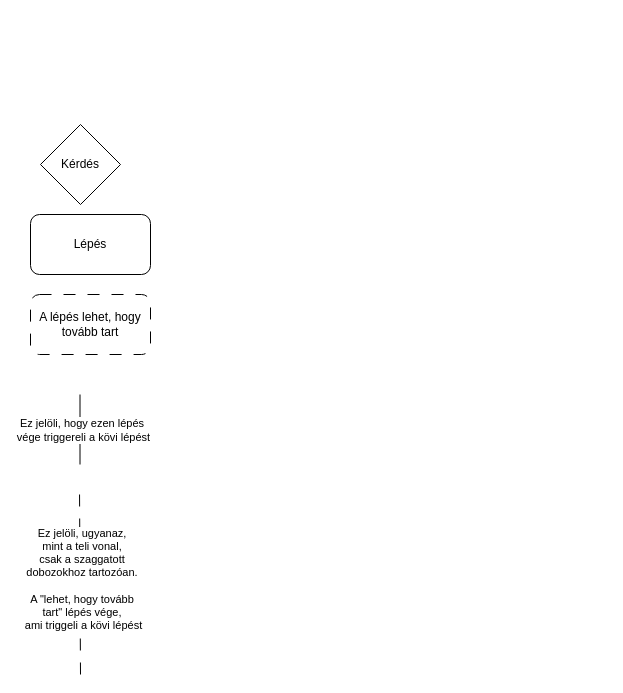
The draw.io diagram IV_Flow_diagram_UC2_SPECT_CT berenezésnél rutin ClariBasedAC.drawio in szvatai1985/drawio_files, before the edit. Source tidied: cells renumbered, new cells numbered last; positions are measured from the earlier drawing's top-left corner, leaving out a move shared by most shapes. Both pictures are drawn from the tidied source at 100%, with x=0, y=0 at pixel (30, 124).
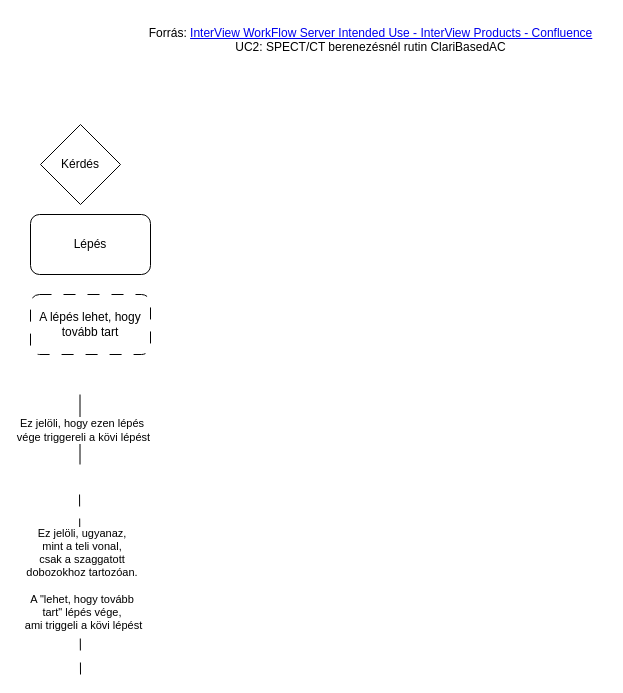
Above is the later version.

What changed in the source:
```diff
@@
 <mxGraphModel>
   <root>
     <mxCell id="0" />
     <mxCell id="1" parent="0" />
     <mxCell id="2" value="Kérdés" style="rhombus;whiteSpace=wrap;html=1;" parent="1" vertex="1">
       <mxGeometry x="10" width="80" height="80" as="geometry" />
     </mxCell>
     <mxCell id="3" value="Lépés" style="rounded=1;whiteSpace=wrap;html=1;" parent="1" vertex="1">
       <mxGeometry y="90" width="120" height="60" as="geometry" />
     </mxCell>
     <mxCell id="4" value="A lépés lehet, hogy tovább tart" style="rounded=1;whiteSpace=wrap;html=1;dashed=1;dashPattern=12 12;" parent="1" vertex="1">
       <mxGeometry y="170" width="120" height="60" as="geometry" />
     </mxCell>
     <mxCell id="5" style="endArrow=none;html=1;rounded=0;" parent="1" edge="1">
       <mxGeometry relative="1" as="geometry">
         <mxPoint x="49.5" y="340" as="sourcePoint" />
         <mxPoint x="49.5" y="270" as="targetPoint" />
       </mxGeometry>
     </mxCell>
     <mxCell id="6" value="Ez jelöli, hogy ezen lépés&amp;nbsp;&lt;div&gt;vége triggereli a kövi lépést&lt;/div&gt;" style="edgeLabel;html=1;align=center;verticalAlign=middle;" parent="5" vertex="1">
       <mxGeometry y="-3" relative="1" as="geometry" />
     </mxCell>
     <mxCell id="7" style="endArrow=none;html=1;rounded=0;dashed=1;dashPattern=12 12;" parent="1" edge="1">
       <mxGeometry relative="1" as="geometry">
         <mxPoint x="50" y="550" as="sourcePoint" />
         <mxPoint x="49" y="360" as="targetPoint" />
       </mxGeometry>
     </mxCell>
     <mxCell id="8" value="Ez jelöli, ugyanaz,&amp;nbsp;&lt;div&gt;mint a teli vonal,&amp;nbsp;&lt;div&gt;csak a szaggatott&amp;nbsp;&lt;/div&gt;&lt;div&gt;dobozokhoz tartozóan.&amp;nbsp;&lt;/div&gt;&lt;div&gt;&lt;br&gt;&lt;/div&gt;&lt;div&gt;A &quot;lehet, hogy tovább&amp;nbsp;&lt;/div&gt;&lt;div&gt;tart&quot; lépés vége,&amp;nbsp;&lt;/div&gt;&lt;div&gt;ami triggeli a kövi lépést&lt;/div&gt;&lt;/div&gt;" style="edgeLabel;html=1;align=center;verticalAlign=middle;" parent="7" vertex="1">
       <mxGeometry y="-3" relative="1" as="geometry" />
     </mxCell>
+    <mxCell id="9" value="Forrás:&amp;nbsp;&lt;a href=&quot;https://confluence.mediso.com/pages/viewpage.action?pageId=334987753&quot;&gt;InterView WorkFlow Server Intended Use - InterView Products - Confluence&lt;/a&gt;&lt;div&gt;&lt;div&gt;UC2: SPECT/CT berenezésnél rutin ClariBasedAC&lt;/div&gt;&lt;div&gt;&lt;br&gt;&lt;/div&gt;&lt;/div&gt;" style="text;html=1;align=center;verticalAlign=middle;strokeColor=none;fillColor=none;" parent="1" vertex="1">
+      <mxGeometry x="105" y="-107" width="470" height="60" as="geometry" />
+    </mxCell>
   </root>
 </mxGraphModel>
```
